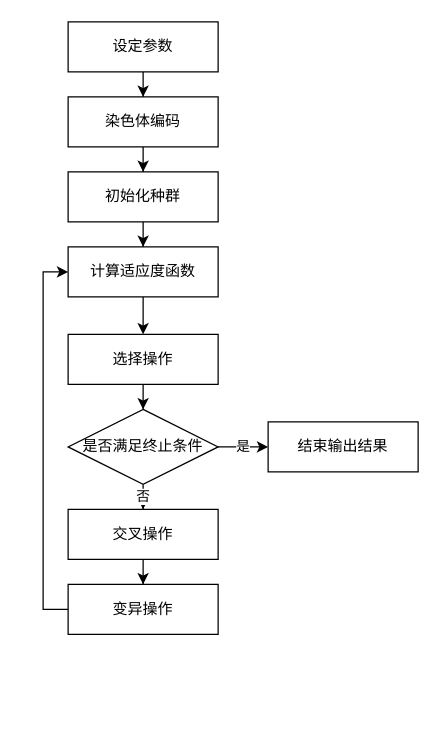
Before: Untitled Diagram.drawio in PhysicsZhang/KnowledgeGraph, a draw.io diagram. Source tidied: cells renumbered, new cells numbered last; positions are measured from the earlier drawing's top-left corner, leaving out a move shared by most shapes. Both pictures are drawn from the tidied source at 125%, with x=0, y=0 at pixel (42, 21).
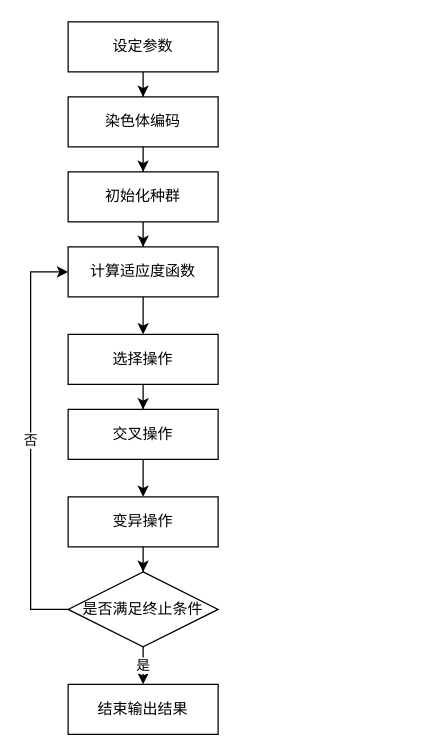
Above is the later version.

The change refers to these unchanged cells:
```xml
<mxCell id="12" value="计算适应度函数" style="whiteSpace=wrap;html=1;" parent="1" vertex="1">
  <mxGeometry x="20" y="180" width="120" height="40" as="geometry" />
</mxCell>
<mxCell id="18" value="选择操作" style="whiteSpace=wrap;html=1;" parent="1" vertex="1">
  <mxGeometry x="20" y="250" width="120" height="40" as="geometry" />
</mxCell>
```

Diff of the diagram source:
```diff
@@
-    <mxCell id="2" style="edgeStyle=orthogonalEdgeStyle;rounded=0;jettySize=auto;html=1;entryX=0;entryY=0.5;entryDx=0;entryDy=0;" parent="1" edge="1" source="3" target="12">
-      <mxGeometry relative="1" as="geometry">
-        <Array as="points">
-          <mxPoint y="470" />
-          <mxPoint y="200" />
-        </Array>
-      </mxGeometry>
-    </mxCell>
+    <mxCell id="20" style="edgeStyle=orthogonalEdgeStyle;rounded=0;jettySize=auto;html=1;entryX=0.5;entryY=0;entryDx=0;entryDy=0;" parent="1" edge="1" source="3" target="8">
+      <mxGeometry relative="1" as="geometry" />
+    </mxCell>
     <mxCell id="3" value="变异操作" style="whiteSpace=wrap;html=1;" parent="1" vertex="1">
-      <mxGeometry x="20" y="450" width="120" height="40" as="geometry" />
+      <mxGeometry x="20" y="380" width="120" height="40" as="geometry" />
     </mxCell>
@@
-    <mxCell id="6" value="否" style="edgeStyle=orthogonalEdgeStyle;rounded=0;jettySize=auto;html=1;" parent="1" edge="1" source="8" target="16">
-      <mxGeometry relative="1" as="geometry" />
+    <mxCell id="6" value="否" style="edgeStyle=orthogonalEdgeStyle;rounded=0;jettySize=auto;html=1;entryX=0;entryY=0.5;entryDx=0;entryDy=0;exitX=0;exitY=0.5;exitDx=0;exitDy=0;exitPerimeter=0;" parent="1" edge="1" source="8" target="12">
+      <mxGeometry relative="1" as="geometry">
+        <Array as="points">
+          <mxPoint x="-10" y="470" />
+          <mxPoint x="-10" y="200" />
+        </Array>
+      </mxGeometry>
     </mxCell>
-    <mxCell id="7" value="是" style="edgeStyle=orthogonalEdgeStyle;rounded=0;jettySize=auto;html=1;" parent="1" edge="1" source="8" target="19">
+    <mxCell id="7" value="是" style="edgeStyle=orthogonalEdgeStyle;rounded=0;jettySize=auto;html=1;entryX=0.5;entryY=0;entryDx=0;entryDy=0;" parent="1" edge="1" source="8" target="19">
       <mxGeometry relative="1" as="geometry" />
     </mxCell>
     <mxCell id="8" value="是否满足终止条件" style="rhombus;whiteSpace=wrap;html=1;" parent="1" vertex="1">
-      <mxGeometry x="20" y="310" width="120" height="60" as="geometry" />
+      <mxGeometry x="20" y="440" width="120" height="60" as="geometry" />
     </mxCell>
@@
     <mxCell id="16" value="交叉操作" style="whiteSpace=wrap;html=1;" parent="1" vertex="1">
-      <mxGeometry x="20" y="390" width="120" height="40" as="geometry" />
+      <mxGeometry x="20" y="310" width="120" height="40" as="geometry" />
     </mxCell>
-    <mxCell id="17" style="edgeStyle=orthogonalEdgeStyle;rounded=0;jettySize=auto;html=1;" parent="1" edge="1" source="18" target="8">
-      <mxGeometry relative="1" as="geometry" />
-    </mxCell>
+    <mxCell id="21" style="edgeStyle=orthogonalEdgeStyle;rounded=0;jettySize=auto;html=1;" parent="1" edge="1" source="18" target="16">
+      <mxGeometry relative="1" as="geometry" />
+    </mxCell>
@@
     <mxCell id="19" value="结束输出结果" style="whiteSpace=wrap;html=1;" parent="1" vertex="1">
-      <mxGeometry x="180" y="320" width="120" height="40" as="geometry" />
+      <mxGeometry x="20" y="530" width="120" height="40" as="geometry" />
     </mxCell>
```
